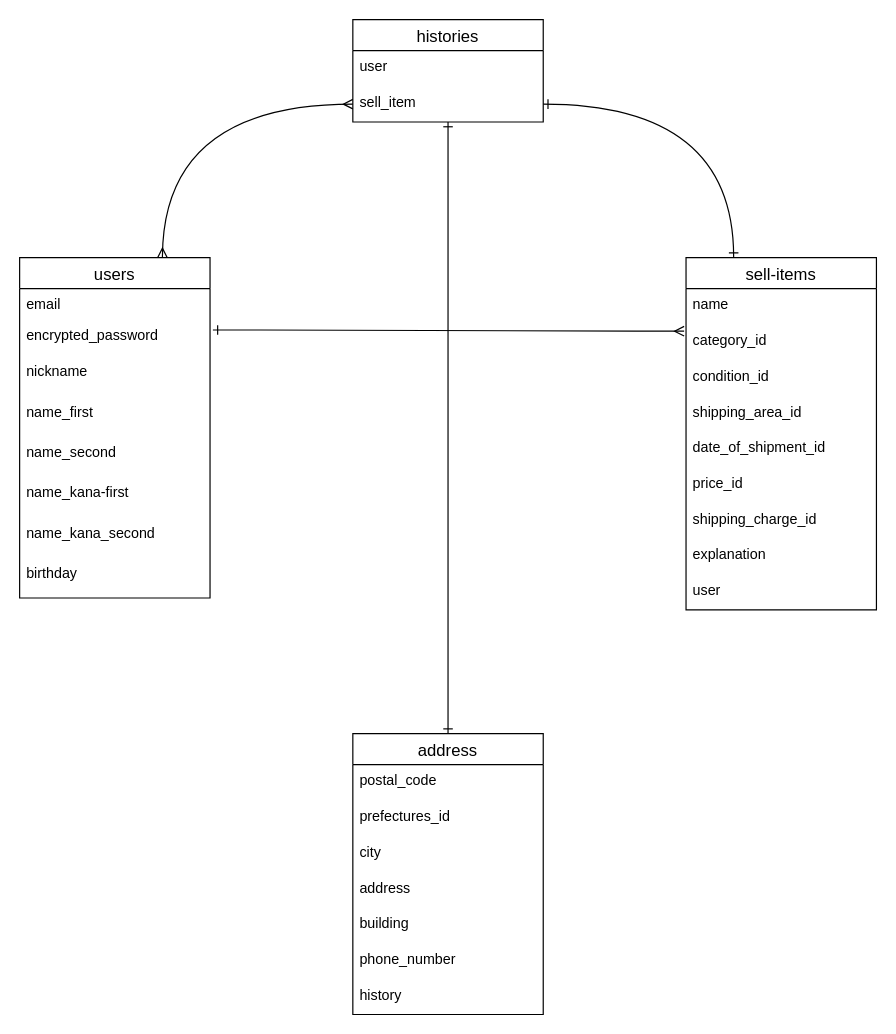
Before: hurima.dio in Tsutomu-sasaki1/furima-31549, a draw.io diagram. Source tidied: cells renumbered, new cells numbered last; positions are measured from the earlier drawing's top-left corner, leaving out a move shared by most shapes. Both pictures are drawn from the tidied source at 119%, with x=0, y=0 at pixel (19, 19).
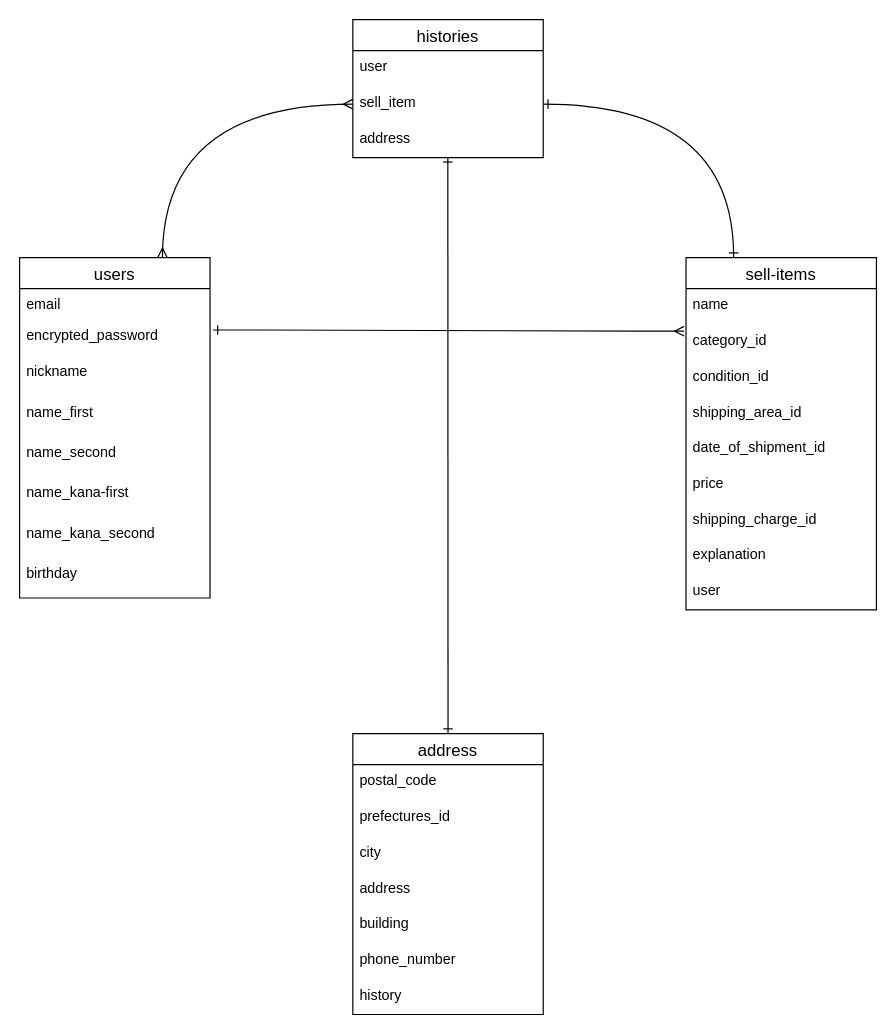
The same diagram, later.

Commit message (it also covers changes not shown here):
historiesとaddressをhas_oneで結ぶ

The change refers to these unchanged cells:
```xml
<mxCell id="13" value="address" style="swimlane;fontStyle=0;horizontal=1;startSize=26;align=center;fontSize=14;" parent="1" vertex="1">
  <mxGeometry x="280" y="600" width="160" height="236" as="geometry" />
</mxCell>
<mxCell id="21" value="sell-items" style="swimlane;fontStyle=0;horizontal=1;startSize=26;align=center;fontSize=14;" parent="1" vertex="1">
  <mxGeometry x="560" y="200" width="160" height="296" as="geometry" />
</mxCell>
<mxCell id="33" value="sell_item" style="text;strokeColor=none;fillColor=none;spacingLeft=4;spacingRight=4;overflow=hidden;points=[[0,0.5],[1,0.5]];portConstraint=eastwest;fontSize=12;" parent="31" vertex="1">
  <mxGeometry y="56" width="160" height="30" as="geometry" />
</mxCell>
```

The edit, as a diff of the source:
```diff
@@
-    <mxCell id="12" style="rounded=0;jettySize=auto;html=1;exitX=0.5;exitY=0;exitDx=0;exitDy=0;startArrow=ERone;startFill=0;endArrow=ERone;endFill=0;entryX=0.5;entryY=1.001;entryDx=0;entryDy=0;entryPerimeter=0;" parent="1" edge="1" source="13" target="33">
+    <mxCell id="12" style="rounded=0;jettySize=auto;html=1;exitX=0.5;exitY=0;exitDx=0;exitDy=0;startArrow=ERone;startFill=0;endArrow=ERone;endFill=0;entryX=0.499;entryY=0.988;entryDx=0;entryDy=0;entryPerimeter=0;" parent="1" edge="1" source="13" target="36">
       <mxGeometry relative="1" as="geometry" />
     </mxCell>
@@
-    <mxCell id="27" value="price_id" style="text;strokeColor=none;fillColor=none;spacingLeft=4;spacingRight=4;overflow=hidden;fontSize=12;" parent="21" vertex="1">
+    <mxCell id="27" value="price" style="text;strokeColor=none;fillColor=none;spacingLeft=4;spacingRight=4;overflow=hidden;fontSize=12;" parent="21" vertex="1">
       <mxGeometry y="176" width="160" height="30" as="geometry" />
     </mxCell>
@@
     <mxCell id="31" value="histories" style="swimlane;fontStyle=0;horizontal=1;startSize=26;align=center;fontSize=14;" parent="1" vertex="1">
-      <mxGeometry x="280" width="160" height="86" as="geometry" />
+      <mxGeometry x="280" width="160" height="116" as="geometry" />
     </mxCell>
@@
+    <mxCell id="36" value="address" style="text;strokeColor=none;fillColor=none;spacingLeft=4;spacingRight=4;overflow=hidden;points=[[0,0.5],[1,0.5]];portConstraint=eastwest;fontSize=12;" parent="31" vertex="1">
+      <mxGeometry y="86" width="160" height="30" as="geometry" />
+    </mxCell>
```
